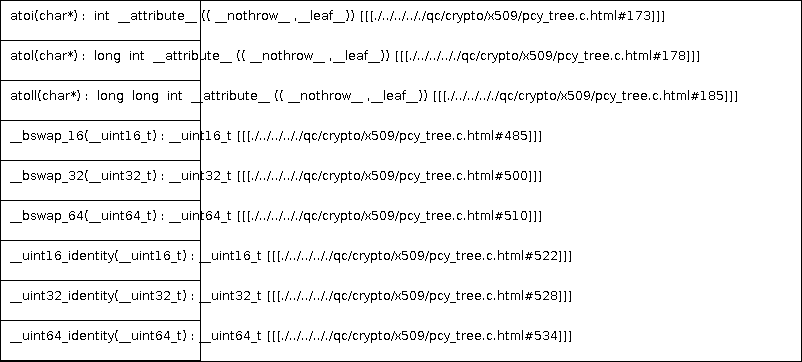
This is docs/qc/crypto/x509/pcy_tree.c.png from qualitesys/openssl, a PlantUML export, as it was before one commit. Its source is kept beside it as docs/qc/crypto/x509/pcy_tree.c.puml.
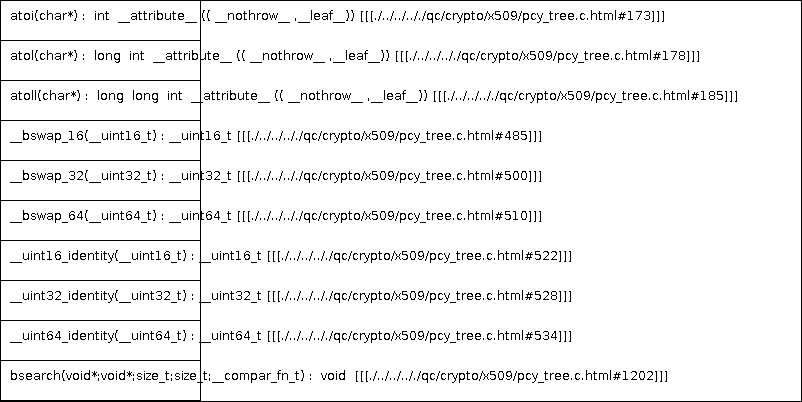
Above is the later version.

What changed in the source:
```diff
@@ -10,5 +10,6 @@
 __uint16_identity(__uint16_t) : __uint16_t [[[./../../.././qc/crypto/x509/pcy_tree.c.html#522]]]
 __uint32_identity(__uint32_t) : __uint32_t [[[./../../.././qc/crypto/x509/pcy_tree.c.html#528]]]
 __uint64_identity(__uint64_t) : __uint64_t [[[./../../.././qc/crypto/x509/pcy_tree.c.html#534]]]
+bsearch(void*;void*;size_t;size_t;__compar_fn_t) :  void  [[[./../../.././qc/crypto/x509/pcy_tree.c.html#1202]]]
 }
 @enduml
```
